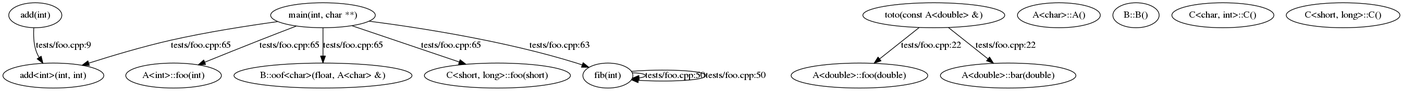
alexeyqu/protofun keeps this Graphviz diagram as callgraph.png. Above is the earlier version. Its source is kept beside it as callgraph.dot.
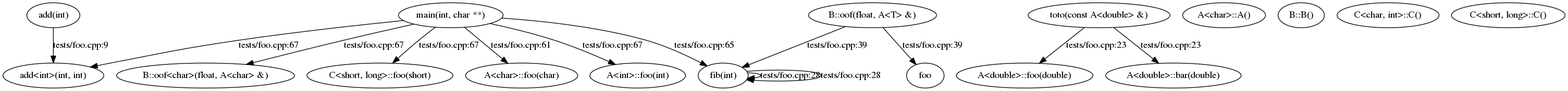
Above is the later version.

Diff of the diagram source:
```diff
@@ -4,23 +4,27 @@
 "add(int)"->"add<int>(int, int)" [label = "tests/foo.cpp:9"];
 "A<double>::foo(double)";
 "A<double>::bar(double)";
+"A<char>::foo(char)";
 "A<char>::A()";
 "A<int>::foo(int)";
 "toto(const A<double> &)";
-"toto(const A<double> &)"->"A<double>::bar(double)" [label = "tests/foo.cpp:22"];
-"toto(const A<double> &)"->"A<double>::foo(double)" [label = "tests/foo.cpp:22"];
+"toto(const A<double> &)"->"A<double>::bar(double)" [label = "tests/foo.cpp:23"];
+"toto(const A<double> &)"->"A<double>::foo(double)" [label = "tests/foo.cpp:23"];
+"fib(int)";
+"fib(int)"->"fib(int)" [label = "tests/foo.cpp:28"];
+"fib(int)"->"fib(int)" [label = "tests/foo.cpp:28"];
 "B::B()";
 "B::oof<char>(float, A<char> &)";
+"B::oof(float, A<T> &)"->"fib(int)" [label = "tests/foo.cpp:39"];
+"B::oof(float, A<T> &)"->"foo" [label = "tests/foo.cpp:39"];
 "C<char, int>::C()";
 "C<short, long>::foo(short)";
 "C<short, long>::C()";
-"fib(int)";
-"fib(int)"->"fib(int)" [label = "tests/foo.cpp:50"];
-"fib(int)"->"fib(int)" [label = "tests/foo.cpp:50"];
 "main(int, char **)";
-"main(int, char **)"->"fib(int)" [label = "tests/foo.cpp:63"];
-"main(int, char **)"->"add<int>(int, int)" [label = "tests/foo.cpp:65"];
-"main(int, char **)"->"A<int>::foo(int)" [label = "tests/foo.cpp:65"];
-"main(int, char **)"->"B::oof<char>(float, A<char> &)" [label = "tests/foo.cpp:65"];
-"main(int, char **)"->"C<short, long>::foo(short)" [label = "tests/foo.cpp:65"];
+"main(int, char **)"->"A<char>::foo(char)" [label = "tests/foo.cpp:61"];
+"main(int, char **)"->"fib(int)" [label = "tests/foo.cpp:65"];
+"main(int, char **)"->"add<int>(int, int)" [label = "tests/foo.cpp:67"];
+"main(int, char **)"->"A<int>::foo(int)" [label = "tests/foo.cpp:67"];
+"main(int, char **)"->"B::oof<char>(float, A<char> &)" [label = "tests/foo.cpp:67"];
+"main(int, char **)"->"C<short, long>::foo(short)" [label = "tests/foo.cpp:67"];
 }
```
